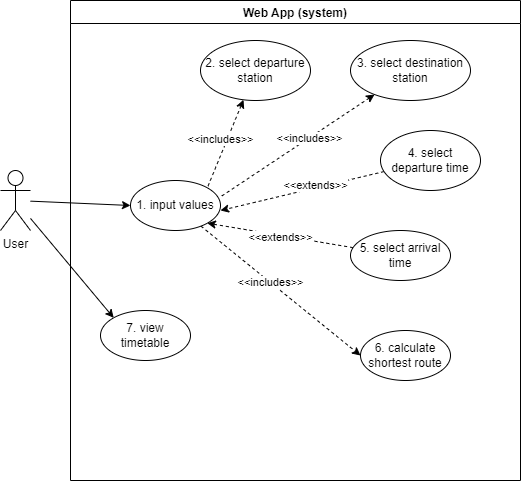
terrenceshang/CS-Capestone-Project keeps this draw.io diagram as Stage 2/useCase.png. Above is the earlier version. Source tidied: cells renumbered, new cells last; positions are measured from the earlier drawing's top-left corner, leaving out a move shared by most shapes.
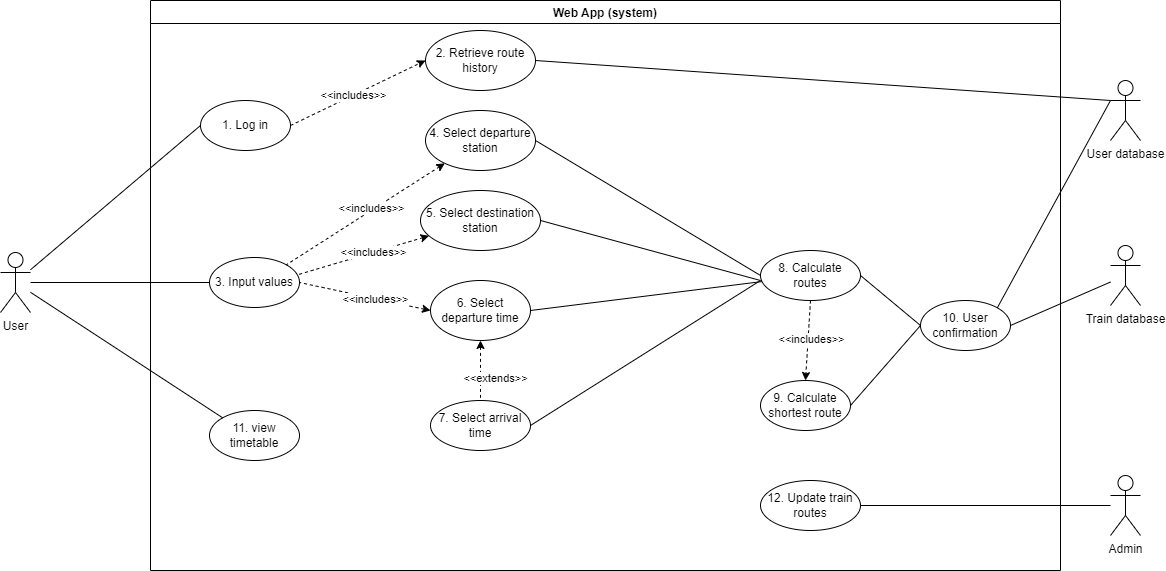
The same file after the commit.

Diff of the diagram source:
```diff
@@ -3,16 +3,10 @@
     <mxCell id="0" />
     <mxCell id="1" parent="0" />
     <mxCell id="2" value="Web App (system)" style="swimlane;fillColor=#FFFFFF;startSize=23;" parent="1" vertex="1">
-      <mxGeometry x="70" width="450" height="480" as="geometry" />
+      <mxGeometry x="70" y="-50" width="910" height="570" as="geometry" />
     </mxCell>
-    <mxCell id="3" style="rounded=0;jettySize=auto;html=1;entryX=0;entryY=0.5;entryDx=0;entryDy=0;dashed=1;" parent="2" edge="1" source="5" target="19">
-      <mxGeometry relative="1" as="geometry" />
-    </mxCell>
-    <mxCell id="4" value="&amp;lt;&amp;lt;includes&amp;gt;&amp;gt;" style="edgeLabel;html=1;align=center;verticalAlign=middle;" parent="3" vertex="1">
-      <mxGeometry x="-0.13" relative="1" as="geometry" />
-    </mxCell>
-    <mxCell id="5" value="1. input values" style="ellipse;whiteSpace=wrap;html=1;fillColor=#FFFFFF;" parent="2" vertex="1">
-      <mxGeometry x="60" y="180" width="90" height="50" as="geometry" />
+    <mxCell id="5" value="3. Input values" style="ellipse;whiteSpace=wrap;html=1;fillColor=#FFFFFF;" parent="2" vertex="1">
+      <mxGeometry x="59" y="257" width="90" height="50" as="geometry" />
     </mxCell>
     <mxCell id="6" style="rounded=0;jettySize=auto;html=1;entryX=1;entryY=0;entryDx=0;entryDy=0;dashed=1;startArrow=classic;startFill=1;endArrow=none;endFill=0;" parent="2" edge="1" source="8" target="5">
       <mxGeometry relative="1" as="geometry" />
@@ -22,8 +16,11 @@
         <mxPoint x="-7" y="3" as="offset" />
       </mxGeometry>
     </mxCell>
+    <mxCell id="23" style="edgeStyle=none;rounded=0;jettySize=auto;html=1;exitX=1;exitY=0.5;exitDx=0;exitDy=0;entryX=0;entryY=0.5;entryDx=0;entryDy=0;endArrow=none;endFill=0;" parent="2" edge="1" source="8" target="19">
+      <mxGeometry relative="1" as="geometry" />
+    </mxCell>
-    <mxCell id="8" value="2. select departure station" style="ellipse;whiteSpace=wrap;html=1;fillColor=#FFFFFF;" parent="2" vertex="1">
-      <mxGeometry x="130" y="40" width="110" height="60" as="geometry" />
+    <mxCell id="8" value="4. Select departure station" style="ellipse;whiteSpace=wrap;html=1;fillColor=#FFFFFF;" parent="2" vertex="1">
+      <mxGeometry x="275" y="110" width="110" height="60" as="geometry" />
     </mxCell>
     <mxCell id="9" style="edgeStyle=none;rounded=0;jettySize=auto;html=1;entryX=0.989;entryY=0.34;entryDx=0;entryDy=0;dashed=1;startArrow=classic;startFill=1;endArrow=none;endFill=0;entryPerimeter=0;" parent="2" edge="1" source="11" target="5">
       <mxGeometry relative="1" as="geometry" />
@@ -31,47 +28,117 @@
     <mxCell id="10" value="&amp;lt;&amp;lt;includes&amp;gt;&amp;gt;" style="edgeLabel;html=1;align=center;verticalAlign=middle;" parent="9" vertex="1">
       <mxGeometry x="-0.15" relative="1" as="geometry" />
     </mxCell>
-    <mxCell id="11" value="3. select destination station" style="ellipse;whiteSpace=wrap;html=1;fillColor=#FFFFFF;" parent="2" vertex="1">
-      <mxGeometry x="280" y="40" width="120" height="60" as="geometry" />
+    <mxCell id="11" value="5. Select destination station" style="ellipse;whiteSpace=wrap;html=1;fillColor=#FFFFFF;" parent="2" vertex="1">
+      <mxGeometry x="270" y="190" width="120" height="60" as="geometry" />
     </mxCell>
-    <mxCell id="12" style="edgeStyle=none;rounded=0;jettySize=auto;html=1;entryX=1;entryY=1;entryDx=0;entryDy=0;dashed=1;endArrow=classic;endFill=1;startArrow=none;startFill=0;" parent="2" edge="1" source="14" target="5">
-      <mxGeometry relative="1" as="geometry" />
-    </mxCell>
-    <mxCell id="13" value="&amp;lt;&amp;lt;extends&amp;gt;&amp;gt;" style="edgeLabel;html=1;align=center;verticalAlign=middle;" parent="12" vertex="1">
-      <mxGeometry x="0.16" y="2" relative="1" as="geometry">
-        <mxPoint x="12" y="2" as="offset" />
-      </mxGeometry>
-    </mxCell>
-    <mxCell id="14" value="5. select arrival time" style="ellipse;whiteSpace=wrap;html=1;fillColor=#FFFFFF;" parent="2" vertex="1">
-      <mxGeometry x="280" y="230" width="100" height="50" as="geometry" />
+    <mxCell id="14" value="7. Select arrival time" style="ellipse;whiteSpace=wrap;html=1;fillColor=#FFFFFF;" parent="2" vertex="1">
+      <mxGeometry x="280" y="400" width="100" height="50" as="geometry" />
     </mxCell>
-    <mxCell id="15" value="7. view timetable" style="ellipse;whiteSpace=wrap;html=1;fillColor=#FFFFFF;" parent="2" vertex="1">
-      <mxGeometry x="30" y="310" width="90" height="50" as="geometry" />
+    <mxCell id="15" value="11. view timetable" style="ellipse;whiteSpace=wrap;html=1;fillColor=#FFFFFF;" parent="2" vertex="1">
+      <mxGeometry x="59" y="410" width="90" height="50" as="geometry" />
     </mxCell>
-    <mxCell id="16" style="rounded=0;jettySize=auto;html=1;startArrow=none;startFill=0;endArrow=classic;endFill=1;dashed=1;" parent="2" edge="1" source="18">
-      <mxGeometry relative="1" as="geometry">
-        <mxPoint x="150" y="210" as="targetPoint" />
-      </mxGeometry>
-    </mxCell>
-    <mxCell id="17" value="&amp;lt;&amp;lt;extends&amp;gt;&amp;gt;" style="edgeLabel;html=1;align=center;verticalAlign=middle;" parent="16" vertex="1">
-      <mxGeometry x="-0.14" y="1" relative="1" as="geometry">
-        <mxPoint x="1" y="-4" as="offset" />
-      </mxGeometry>
-    </mxCell>
+    <mxCell id="24" style="edgeStyle=none;rounded=0;jettySize=auto;html=1;exitX=1;exitY=0.5;exitDx=0;exitDy=0;endArrow=none;endFill=0;" parent="2" edge="1" source="18" target="19">
+      <mxGeometry relative="1" as="geometry" />
+    </mxCell>
-    <mxCell id="18" value="4. select departure time" style="ellipse;whiteSpace=wrap;html=1;fillColor=#FFFFFF;" parent="2" vertex="1">
-      <mxGeometry x="310" y="130" width="100" height="60" as="geometry" />
+    <mxCell id="18" value="6. Select departure time" style="ellipse;whiteSpace=wrap;html=1;fillColor=#FFFFFF;" parent="2" vertex="1">
+      <mxGeometry x="280" y="280" width="100" height="60" as="geometry" />
     </mxCell>
-    <mxCell id="19" value="6. calculate shortest route" style="ellipse;whiteSpace=wrap;html=1;fillColor=#FFFFFF;" parent="2" vertex="1">
-      <mxGeometry x="290" y="330" width="90" height="50" as="geometry" />
+    <mxCell id="19" value="8. Calculate routes" style="ellipse;whiteSpace=wrap;html=1;fillColor=#FFFFFF;" parent="2" vertex="1">
+      <mxGeometry x="610" y="250" width="100" height="50" as="geometry" />
     </mxCell>
+    <mxCell id="25" style="rounded=0;jettySize=auto;html=1;exitX=1;exitY=0.5;exitDx=0;exitDy=0;entryX=0;entryY=0.5;entryDx=0;entryDy=0;endArrow=classic;endFill=1;strokeColor=#000000;dashed=1;startArrow=none;startFill=0;" parent="2" edge="1" source="27" target="28">
+      <mxGeometry relative="1" as="geometry" />
+    </mxCell>
+    <mxCell id="26" value="&amp;lt;&amp;lt;includes&amp;gt;&amp;gt;" style="edgeLabel;html=1;align=center;verticalAlign=middle;" parent="25" vertex="1">
+      <mxGeometry x="0.19" relative="1" as="geometry">
+        <mxPoint x="-18" y="8" as="offset" />
+      </mxGeometry>
+    </mxCell>
+    <mxCell id="27" value="1. Log in" style="ellipse;whiteSpace=wrap;html=1;fillColor=#FFFFFF;" parent="2" vertex="1">
+      <mxGeometry x="50" y="100" width="90" height="50" as="geometry" />
+    </mxCell>
+    <mxCell id="28" value="2. Retrieve route history" style="ellipse;whiteSpace=wrap;html=1;fillColor=#FFFFFF;" parent="2" vertex="1">
+      <mxGeometry x="275" y="30" width="110" height="60" as="geometry" />
+    </mxCell>
+    <mxCell id="29" value="9. Calculate shortest route" style="ellipse;whiteSpace=wrap;html=1;fillColor=#FFFFFF;" parent="2" vertex="1">
+      <mxGeometry x="610" y="380" width="90" height="50" as="geometry" />
+    </mxCell>
+    <mxCell id="30" style="edgeStyle=none;rounded=0;jettySize=auto;html=1;dashed=1;endArrow=classic;endFill=1;startArrow=none;startFill=0;exitX=0.5;exitY=1;exitDx=0;exitDy=0;entryX=0.5;entryY=0;entryDx=0;entryDy=0;" parent="2" edge="1" source="19" target="29">
+      <mxGeometry relative="1" as="geometry" />
+    </mxCell>
+    <mxCell id="31" value="&amp;lt;&amp;lt;includes&amp;gt;&amp;gt;" style="edgeLabel;html=1;align=center;verticalAlign=middle;" parent="30" vertex="1">
+      <mxGeometry x="0.16" y="2" relative="1" as="geometry">
+        <mxPoint x="1" y="-8" as="offset" />
+      </mxGeometry>
+    </mxCell>
+    <mxCell id="32" value="12. Update train routes" style="ellipse;whiteSpace=wrap;html=1;fillColor=#FFFFFF;" parent="2" vertex="1">
+      <mxGeometry x="610" y="480" width="100" height="50" as="geometry" />
+    </mxCell>
+    <mxCell id="33" value="10. User confirmation" style="ellipse;whiteSpace=wrap;html=1;fillColor=#FFFFFF;" parent="2" vertex="1">
+      <mxGeometry x="770" y="300" width="90" height="50" as="geometry" />
+    </mxCell>
+    <mxCell id="34" style="rounded=0;jettySize=auto;html=1;exitX=1;exitY=0.5;exitDx=0;exitDy=0;endArrow=none;endFill=0;strokeColor=#000000;entryX=0;entryY=0.5;entryDx=0;entryDy=0;" parent="2" edge="1" source="19" target="33">
+      <mxGeometry relative="1" as="geometry" />
+    </mxCell>
+    <mxCell id="35" style="rounded=0;jettySize=auto;html=1;exitX=1;exitY=0.5;exitDx=0;exitDy=0;entryX=0;entryY=0.5;entryDx=0;entryDy=0;endArrow=none;endFill=0;" parent="2" edge="1" source="29" target="33">
+      <mxGeometry relative="1" as="geometry" />
+    </mxCell>
+    <mxCell id="36" style="edgeStyle=none;rounded=0;jettySize=auto;html=1;dashed=1;endArrow=none;endFill=0;startArrow=classic;startFill=1;exitX=0.5;exitY=1;exitDx=0;exitDy=0;" parent="2" edge="1" source="18" target="14">
+      <mxGeometry relative="1" as="geometry" />
+    </mxCell>
+    <mxCell id="37" value="&amp;lt;&amp;lt;extends&amp;gt;&amp;gt;" style="edgeLabel;html=1;align=center;verticalAlign=middle;" parent="36" vertex="1">
+      <mxGeometry x="0.16" y="2" relative="1" as="geometry">
+        <mxPoint x="12" y="2" as="offset" />
+      </mxGeometry>
+    </mxCell>
+    <mxCell id="38" style="edgeStyle=none;rounded=0;jettySize=auto;html=1;entryX=1;entryY=0.5;entryDx=0;entryDy=0;dashed=1;startArrow=classic;startFill=1;endArrow=none;endFill=0;exitX=0;exitY=0.5;exitDx=0;exitDy=0;" parent="2" edge="1" source="18" target="5">
+      <mxGeometry relative="1" as="geometry" />
+    </mxCell>
+    <mxCell id="39" value="&amp;lt;&amp;lt;includes&amp;gt;&amp;gt;" style="edgeLabel;html=1;align=center;verticalAlign=middle;" parent="38" vertex="1">
+      <mxGeometry x="-0.15" relative="1" as="geometry" />
+    </mxCell>
-    <mxCell id="20" style="rounded=0;jettySize=auto;html=1;entryX=0;entryY=0.5;entryDx=0;entryDy=0;" parent="1" edge="1" source="22" target="5">
+    <mxCell id="20" style="rounded=0;jettySize=auto;html=1;entryX=0;entryY=0.5;entryDx=0;entryDy=0;endArrow=none;endFill=0;" parent="1" edge="1" source="22" target="5">
       <mxGeometry relative="1" as="geometry" />
     </mxCell>
-    <mxCell id="21" style="edgeStyle=none;rounded=0;jettySize=auto;html=1;entryX=0;entryY=0;entryDx=0;entryDy=0;" parent="1" edge="1" source="22" target="15">
+    <mxCell id="21" style="edgeStyle=none;rounded=0;jettySize=auto;html=1;entryX=0;entryY=0;entryDx=0;entryDy=0;endArrow=none;endFill=0;" parent="1" edge="1" source="22" target="15">
       <mxGeometry relative="1" as="geometry" />
     </mxCell>
+    <mxCell id="40" style="rounded=0;jettySize=auto;html=1;entryX=0;entryY=0.5;entryDx=0;entryDy=0;startArrow=none;startFill=0;endArrow=none;endFill=0;" parent="1" edge="1" source="22" target="27">
+      <mxGeometry relative="1" as="geometry" />
+    </mxCell>
     <mxCell id="22" value="User" style="shape=umlActor;verticalLabelPosition=bottom;verticalAlign=top;html=1;outlineConnect=0;fillColor=#FFFFFF;" parent="1" vertex="1">
-      <mxGeometry y="170" width="30" height="60" as="geometry" />
+      <mxGeometry x="-80" y="202" width="30" height="60" as="geometry" />
     </mxCell>
+    <mxCell id="41" value="Train database" style="shape=umlActor;verticalLabelPosition=bottom;verticalAlign=top;html=1;outlineConnect=0;fillColor=#FFFFFF;" parent="1" vertex="1">
+      <mxGeometry x="1030" y="195" width="30" height="60" as="geometry" />
+    </mxCell>
+    <mxCell id="42" value="User database" style="shape=umlActor;verticalLabelPosition=bottom;verticalAlign=top;html=1;outlineConnect=0;fillColor=#FFFFFF;" parent="1" vertex="1">
+      <mxGeometry x="1030" y="30" width="30" height="60" as="geometry" />
+    </mxCell>
+    <mxCell id="43" style="edgeStyle=none;rounded=0;jettySize=auto;html=1;exitX=1;exitY=0.5;exitDx=0;exitDy=0;entryX=0;entryY=0.3333333333333333;entryDx=0;entryDy=0;entryPerimeter=0;endArrow=none;endFill=0;strokeColor=#000000;" parent="1" edge="1" source="28" target="42">
+      <mxGeometry relative="1" as="geometry" />
+    </mxCell>
+    <mxCell id="44" value="Admin" style="shape=umlActor;verticalLabelPosition=bottom;verticalAlign=top;html=1;outlineConnect=0;fillColor=#FFFFFF;" parent="1" vertex="1">
+      <mxGeometry x="1030" y="425" width="30" height="60" as="geometry" />
+    </mxCell>
+    <mxCell id="45" style="edgeStyle=none;rounded=0;jettySize=auto;html=1;exitX=1;exitY=0.5;exitDx=0;exitDy=0;endArrow=none;endFill=0;" parent="1" edge="1" source="32" target="44">
+      <mxGeometry relative="1" as="geometry" />
+    </mxCell>
+    <mxCell id="46" style="rounded=0;jettySize=auto;html=1;exitX=1;exitY=0.5;exitDx=0;exitDy=0;endArrow=none;endFill=0;" parent="1" edge="1" source="33" target="41">
+      <mxGeometry relative="1" as="geometry" />
+    </mxCell>
+    <mxCell id="47" style="edgeStyle=none;rounded=0;jettySize=auto;html=1;exitX=1;exitY=0;exitDx=0;exitDy=0;endArrow=none;endFill=0;entryX=0;entryY=0.3333333333333333;entryDx=0;entryDy=0;entryPerimeter=0;" parent="1" edge="1" source="33" target="42">
+      <mxGeometry relative="1" as="geometry" />
+    </mxCell>
+    <mxCell id="48" style="edgeStyle=none;rounded=0;jettySize=auto;html=1;exitX=1;exitY=0.5;exitDx=0;exitDy=0;endArrow=none;endFill=0;" parent="1" edge="1" source="11">
+      <mxGeometry relative="1" as="geometry">
+        <mxPoint x="680" y="230" as="targetPoint" />
+      </mxGeometry>
+    </mxCell>
+    <mxCell id="49" style="edgeStyle=none;rounded=0;jettySize=auto;html=1;exitX=1;exitY=0.5;exitDx=0;exitDy=0;endArrow=none;endFill=0;" parent="1" edge="1" source="14">
+      <mxGeometry relative="1" as="geometry">
+        <mxPoint x="680" y="230" as="targetPoint" />
+      </mxGeometry>
+    </mxCell>
   </root>
 </mxGraphModel>
```
